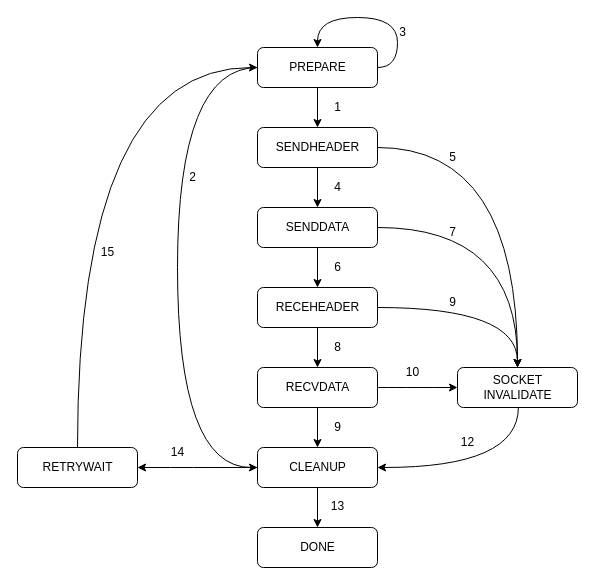
The draw.io diagram beegfs/beegfs-client.drawio in EarthWind/deeparch, before the edit. Source tidied: cells renumbered, new cells numbered last; positions are measured from the earlier drawing's top-left corner, leaving out a move shared by most shapes. Both pictures are drawn from the tidied source at 100%, with x=0, y=0 at pixel (17, 17).
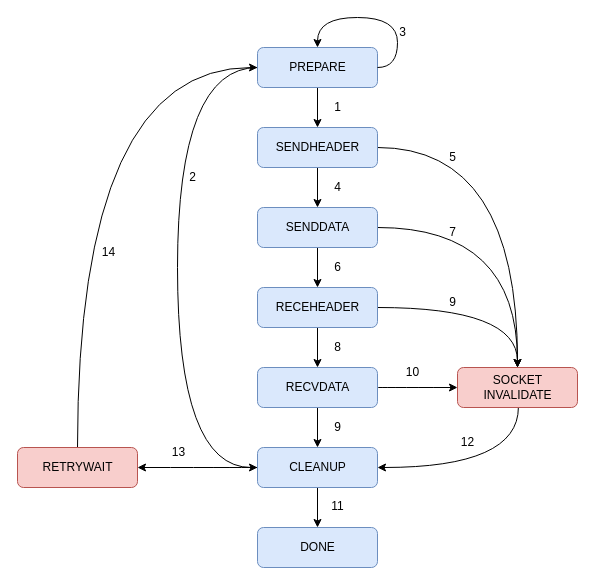
After the change.

What changed in the source:
```diff
@@
-    <mxCell id="4" style="rounded=1;whiteSpace=wrap;html=1;" parent="1" vertex="1">
+    <mxCell id="4" style="rounded=1;whiteSpace=wrap;html=1;fillColor=#dae8fc;strokeColor=#6c8ebf;" parent="1" vertex="1">
       <mxGeometry x="240" y="30" width="120" height="40" as="geometry" />
     </mxCell>
@@
-    <mxCell id="8" style="rounded=1;whiteSpace=wrap;html=1;" parent="1" vertex="1">
+    <mxCell id="8" style="rounded=1;whiteSpace=wrap;html=1;fillColor=#dae8fc;strokeColor=#6c8ebf;" parent="1" vertex="1">
       <mxGeometry x="240" y="110" width="120" height="40" as="geometry" />
     </mxCell>
@@
-    <mxCell id="12" style="rounded=1;whiteSpace=wrap;html=1;" parent="1" vertex="1">
+    <mxCell id="12" style="rounded=1;whiteSpace=wrap;html=1;fillColor=#dae8fc;strokeColor=#6c8ebf;" parent="1" vertex="1">
       <mxGeometry x="240" y="190" width="120" height="40" as="geometry" />
     </mxCell>
@@
-    <mxCell id="16" style="rounded=1;whiteSpace=wrap;html=1;" parent="1" vertex="1">
+    <mxCell id="16" style="rounded=1;whiteSpace=wrap;html=1;fillColor=#dae8fc;strokeColor=#6c8ebf;" parent="1" vertex="1">
       <mxGeometry x="240" y="270" width="120" height="40" as="geometry" />
     </mxCell>
@@
-    <mxCell id="20" style="rounded=1;whiteSpace=wrap;html=1;" parent="1" vertex="1">
+    <mxCell id="20" style="rounded=1;whiteSpace=wrap;html=1;fillColor=#dae8fc;strokeColor=#6c8ebf;" parent="1" vertex="1">
       <mxGeometry x="240" y="350" width="120" height="40" as="geometry" />
     </mxCell>
@@
-    <mxCell id="24" style="rounded=1;whiteSpace=wrap;html=1;" parent="1" vertex="1">
+    <mxCell id="24" style="rounded=1;whiteSpace=wrap;html=1;fillColor=#dae8fc;strokeColor=#6c8ebf;" parent="1" vertex="1">
       <mxGeometry x="240" y="430" width="120" height="40" as="geometry" />
     </mxCell>
@@
-    <mxCell id="26" style="rounded=1;whiteSpace=wrap;html=1;" parent="1" vertex="1">
+    <mxCell id="26" style="rounded=1;whiteSpace=wrap;html=1;fillColor=#dae8fc;strokeColor=#6c8ebf;" parent="1" vertex="1">
       <mxGeometry x="240" y="510" width="120" height="40" as="geometry" />
     </mxCell>
@@
-    <mxCell id="28" style="group;" parent="1" vertex="1">
-      <mxGeometry x="440" y="350" width="120" height="40" as="geometry" />
-    </mxCell>
-    <mxCell id="29" style="rounded=1;whiteSpace=wrap;html=1;" parent="28" vertex="1">
-      <mxGeometry width="120" height="40" as="geometry" />
-    </mxCell>
-    <mxCell id="30" value="SOCKET&lt;br&gt;INVALIDATE" style="text;html=1;align=center;verticalAlign=middle;points=[];strokeColor=none;fillColor=none;" parent="28" vertex="1">
-      <mxGeometry x="15" width="90" height="40" as="geometry" />
-    </mxCell>
-    <mxCell id="31" style="group;" parent="1" vertex="1">
-      <mxGeometry y="430" width="120" height="40" as="geometry" />
-    </mxCell>
-    <mxCell id="32" style="rounded=1;whiteSpace=wrap;html=1;" parent="31" vertex="1">
-      <mxGeometry width="120" height="40" as="geometry" />
-    </mxCell>
-    <mxCell id="33" value="RETRYWAIT" style="text;html=1;align=center;verticalAlign=middle;strokeColor=none;fillColor=none;" parent="31" vertex="1">
-      <mxGeometry x="15" y="5" width="90" height="30" as="geometry" />
-    </mxCell>
@@
-    <mxCell id="49" value="13" style="text;html=1;align=center;verticalAlign=middle;strokeColor=none;fillColor=none;" parent="1" vertex="1">
-      <mxGeometry x="300" y="474" width="40" height="30" as="geometry" />
+    <mxCell id="49" value="11" style="text;html=1;align=center;verticalAlign=middle;strokeColor=none;fillColor=none;" parent="1" vertex="1">
+      <mxGeometry x="305" y="476" width="30" height="26" as="geometry" />
     </mxCell>
-    <mxCell id="50" value="14" style="text;html=1;align=center;verticalAlign=middle;strokeColor=none;fillColor=none;" parent="1" vertex="1">
-      <mxGeometry x="140" y="420" width="40" height="30" as="geometry" />
+    <mxCell id="50" value="13" style="text;html=1;align=center;verticalAlign=middle;strokeColor=none;fillColor=none;" parent="1" vertex="1">
+      <mxGeometry x="145" y="422" width="31" height="26" as="geometry" />
     </mxCell>
-    <mxCell id="51" value="15" style="text;html=1;align=center;verticalAlign=middle;strokeColor=none;fillColor=none;" parent="1" vertex="1">
-      <mxGeometry x="70" y="220" width="40" height="30" as="geometry" />
+    <mxCell id="51" value="14" style="text;html=1;align=center;verticalAlign=middle;strokeColor=none;fillColor=none;" parent="1" vertex="1">
+      <mxGeometry x="75" y="222" width="31" height="26" as="geometry" />
     </mxCell>
+    <mxCell id="29" style="rounded=1;whiteSpace=wrap;html=1;fillColor=#f8cecc;strokeColor=#b85450;" parent="1" vertex="1">
+      <mxGeometry x="440" y="350" width="120" height="40" as="geometry" />
+    </mxCell>
+    <mxCell id="30" value="SOCKET&lt;br&gt;INVALIDATE" style="text;html=1;align=center;verticalAlign=middle;points=[];strokeColor=none;fillColor=none;" parent="1" vertex="1">
+      <mxGeometry x="455" y="350" width="90" height="40" as="geometry" />
+    </mxCell>
+    <mxCell id="32" style="rounded=1;whiteSpace=wrap;html=1;fillColor=#f8cecc;strokeColor=#b85450;" parent="1" vertex="1">
+      <mxGeometry y="430" width="120" height="40" as="geometry" />
+    </mxCell>
+    <mxCell id="33" value="RETRYWAIT" style="text;html=1;align=center;verticalAlign=middle;strokeColor=none;fillColor=none;" parent="1" vertex="1">
+      <mxGeometry x="15" y="435" width="90" height="30" as="geometry" />
+    </mxCell>
```
